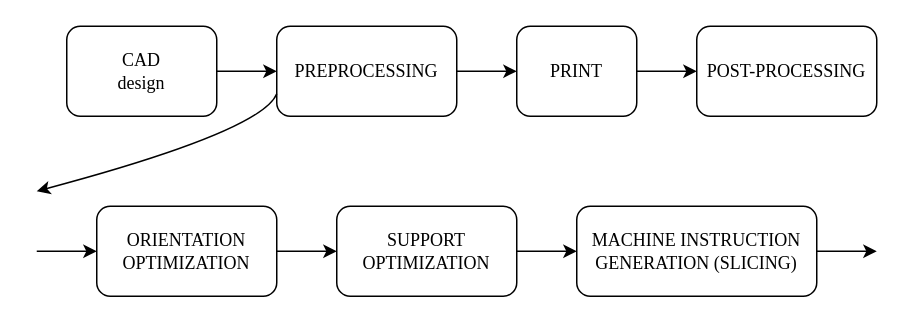
Earlier version of the draw.io diagram !5_article/Images/01_process3dprint/process3dPrinting.drawio (hapeet/3D-print-optimization___India-summer-internship). Source tidied: cells renumbered, new cells numbered last; positions are measured from the earlier drawing's top-left corner, leaving out a move shared by most shapes. Both pictures are drawn from the tidied source at 150%, with x=0, y=0 at pixel (36, 26).
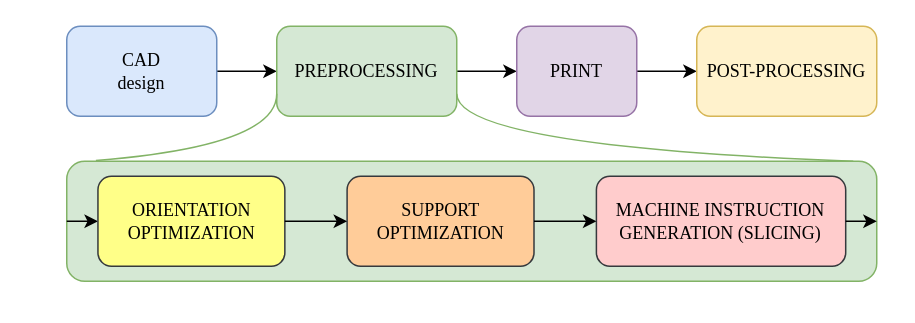
After the change.

Change to the diagram source:
```diff
@@
-    <mxCell id="3" value="CAD&lt;br&gt;design" style="rounded=1;whiteSpace=wrap;html=1;fontFamily=Times New Roman;" parent="1" vertex="1">
+    <mxCell id="3" value="CAD&lt;br&gt;design" style="rounded=1;whiteSpace=wrap;html=1;fontFamily=Times New Roman;fillColor=#dae8fc;strokeColor=#6c8ebf;" parent="1" vertex="1">
       <mxGeometry x="20" width="100" height="60" as="geometry" />
     </mxCell>
@@
-    <mxCell id="5" value="PREPROCESSING" style="whiteSpace=wrap;html=1;fontFamily=Times New Roman;rounded=1;" parent="1" vertex="1">
+    <mxCell id="5" value="PREPROCESSING" style="whiteSpace=wrap;html=1;fontFamily=Times New Roman;rounded=1;fillColor=#d5e8d4;strokeColor=#82b366;" parent="1" vertex="1">
       <mxGeometry x="160" width="120" height="60" as="geometry" />
     </mxCell>
@@
-    <mxCell id="7" value="PRINT" style="whiteSpace=wrap;html=1;fontFamily=Times New Roman;rounded=1;" parent="1" vertex="1">
+    <mxCell id="7" value="PRINT" style="whiteSpace=wrap;html=1;fontFamily=Times New Roman;rounded=1;fillColor=#e1d5e7;strokeColor=#9673a6;" parent="1" vertex="1">
       <mxGeometry x="320" width="80" height="60" as="geometry" />
     </mxCell>
-    <mxCell id="8" value="POST-PROCESSING" style="whiteSpace=wrap;html=1;fontFamily=Times New Roman;rounded=1;" parent="1" vertex="1">
+    <mxCell id="8" value="POST-PROCESSING" style="whiteSpace=wrap;html=1;fontFamily=Times New Roman;rounded=1;fillColor=#fff2cc;strokeColor=#d6b656;" parent="1" vertex="1">
       <mxGeometry x="440" width="120" height="60" as="geometry" />
     </mxCell>
-    <mxCell id="9" style="edgeStyle=orthogonalEdgeStyle;rounded=0;jettySize=auto;html=1;" parent="1" edge="1" source="10" target="12">
-      <mxGeometry relative="1" as="geometry" />
-    </mxCell>
-    <mxCell id="10" value="&lt;font face=&quot;Times New Roman&quot;&gt;ORIENTATION OPTIMIZATION&lt;/font&gt;" style="rounded=1;whiteSpace=wrap;html=1;" parent="1" vertex="1">
-      <mxGeometry x="40" y="120" width="120" height="60" as="geometry" />
-    </mxCell>
-    <mxCell id="11" style="edgeStyle=orthogonalEdgeStyle;rounded=0;jettySize=auto;html=1;" parent="1" edge="1" source="12" target="13">
-      <mxGeometry relative="1" as="geometry" />
-    </mxCell>
+    <mxCell id="16" style="curved=1;endArrow=none;html=1;rounded=0;exitX=0;exitY=0.75;exitDx=0;exitDy=0;entryX=0.036;entryY=-0.006;entryDx=0;entryDy=0;entryPerimeter=0;endFill=0;fillColor=#d5e8d4;strokeColor=#82b366;" parent="1" edge="1" source="5" target="19">
+      <mxGeometry relative="1" as="geometry">
+        <Array as="points">
+          <mxPoint x="160" y="80" />
+        </Array>
+      </mxGeometry>
+    </mxCell>
+    <mxCell id="17" style="curved=1;endArrow=none;html=1;rounded=0;entryX=1;entryY=0.75;entryDx=0;entryDy=0;exitX=0.971;exitY=0.001;exitDx=0;exitDy=0;exitPerimeter=0;endFill=0;fillColor=#d5e8d4;strokeColor=#82b366;" parent="1" edge="1" source="19" target="5">
+      <mxGeometry relative="1" as="geometry">
+        <Array as="points">
+          <mxPoint x="280" y="80" />
+        </Array>
+      </mxGeometry>
+    </mxCell>
+    <mxCell id="18" style="group;" parent="1" vertex="1">
+      <mxGeometry x="20" y="90" width="540" height="80" as="geometry" />
+    </mxCell>
+    <mxCell id="19" style="rounded=1;whiteSpace=wrap;html=1;fillColor=#d5e8d4;strokeColor=#82b366;" parent="18" vertex="1">
+      <mxGeometry width="540" height="80" as="geometry" />
+    </mxCell>
-    <mxCell id="12" value="&lt;font face=&quot;Times New Roman&quot;&gt;SUPPORT OPTIMIZATION&lt;/font&gt;" style="whiteSpace=wrap;html=1;rounded=1;" parent="1" vertex="1">
-      <mxGeometry x="200" y="120" width="120" height="60" as="geometry" />
+    <mxCell id="12" value="&lt;font face=&quot;Times New Roman&quot;&gt;SUPPORT OPTIMIZATION&lt;/font&gt;" style="whiteSpace=wrap;html=1;rounded=1;fillColor=#ffcc99;strokeColor=#36393d;" parent="18" vertex="1">
+      <mxGeometry x="186.9" y="10" width="124.6" height="60" as="geometry" />
     </mxCell>
-    <mxCell id="13" value="&lt;font face=&quot;Times New Roman&quot;&gt;MACHINE INSTRUCTION GENERATION (SLICING)&lt;/font&gt;" style="whiteSpace=wrap;html=1;rounded=1;" parent="1" vertex="1">
-      <mxGeometry x="360" y="120" width="160" height="60" as="geometry" />
+    <mxCell id="13" value="&lt;font face=&quot;Times New Roman&quot;&gt;MACHINE INSTRUCTION GENERATION (SLICING)&lt;/font&gt;" style="whiteSpace=wrap;html=1;rounded=1;fillColor=#ffcccc;strokeColor=#36393d;" parent="18" vertex="1">
+      <mxGeometry x="353.1" y="10" width="166.2" height="60" as="geometry" />
     </mxCell>
+    <mxCell id="11" style="edgeStyle=orthogonalEdgeStyle;rounded=0;jettySize=auto;html=1;" parent="18" edge="1" source="12" target="13">
+      <mxGeometry relative="1" as="geometry" />
+    </mxCell>
-    <mxCell id="14" style="endArrow=classic;html=1;rounded=0;entryX=0;entryY=0.5;entryDx=0;entryDy=0;" parent="1" edge="1" target="10">
+    <mxCell id="14" style="endArrow=classic;html=1;rounded=0;entryX=0;entryY=0.5;entryDx=0;entryDy=0;" parent="18" edge="1" target="10">
       <mxGeometry relative="1" as="geometry">
-        <mxPoint y="150" as="sourcePoint" />
+        <mxPoint y="40" as="sourcePoint" />
       </mxGeometry>
     </mxCell>
-    <mxCell id="15" style="endArrow=classic;html=1;rounded=0;exitX=1;exitY=0.5;exitDx=0;exitDy=0;" parent="1" edge="1" source="13">
-      <mxGeometry relative="1" as="geometry">
-        <mxPoint x="560" y="150" as="targetPoint" />
-      </mxGeometry>
-    </mxCell>
-    <mxCell id="16" style="curved=1;endArrow=classic;html=1;rounded=0;exitX=0;exitY=0.75;exitDx=0;exitDy=0;" parent="1" edge="1" source="5">
-      <mxGeometry relative="1" as="geometry">
-        <mxPoint y="110" as="targetPoint" />
-        <Array as="points">
-          <mxPoint x="150" y="70" />
-        </Array>
-      </mxGeometry>
-    </mxCell>
+    <mxCell id="10" value="&lt;font face=&quot;Times New Roman&quot;&gt;ORIENTATION OPTIMIZATION&lt;/font&gt;" style="rounded=1;whiteSpace=wrap;html=1;fillColor=#ffff88;strokeColor=#36393d;" parent="18" vertex="1">
+      <mxGeometry x="20.8" y="10" width="124.6" height="60" as="geometry" />
+    </mxCell>
+    <mxCell id="9" style="edgeStyle=orthogonalEdgeStyle;rounded=0;jettySize=auto;html=1;" parent="18" edge="1" source="10" target="12">
+      <mxGeometry relative="1" as="geometry" />
+    </mxCell>
+    <mxCell id="20" style="endArrow=classic;html=1;rounded=0;entryX=1;entryY=0.5;entryDx=0;entryDy=0;exitX=1;exitY=0.5;exitDx=0;exitDy=0;" parent="18" edge="1" source="13" target="19">
+      <mxGeometry relative="1" as="geometry" />
+    </mxCell>
```
